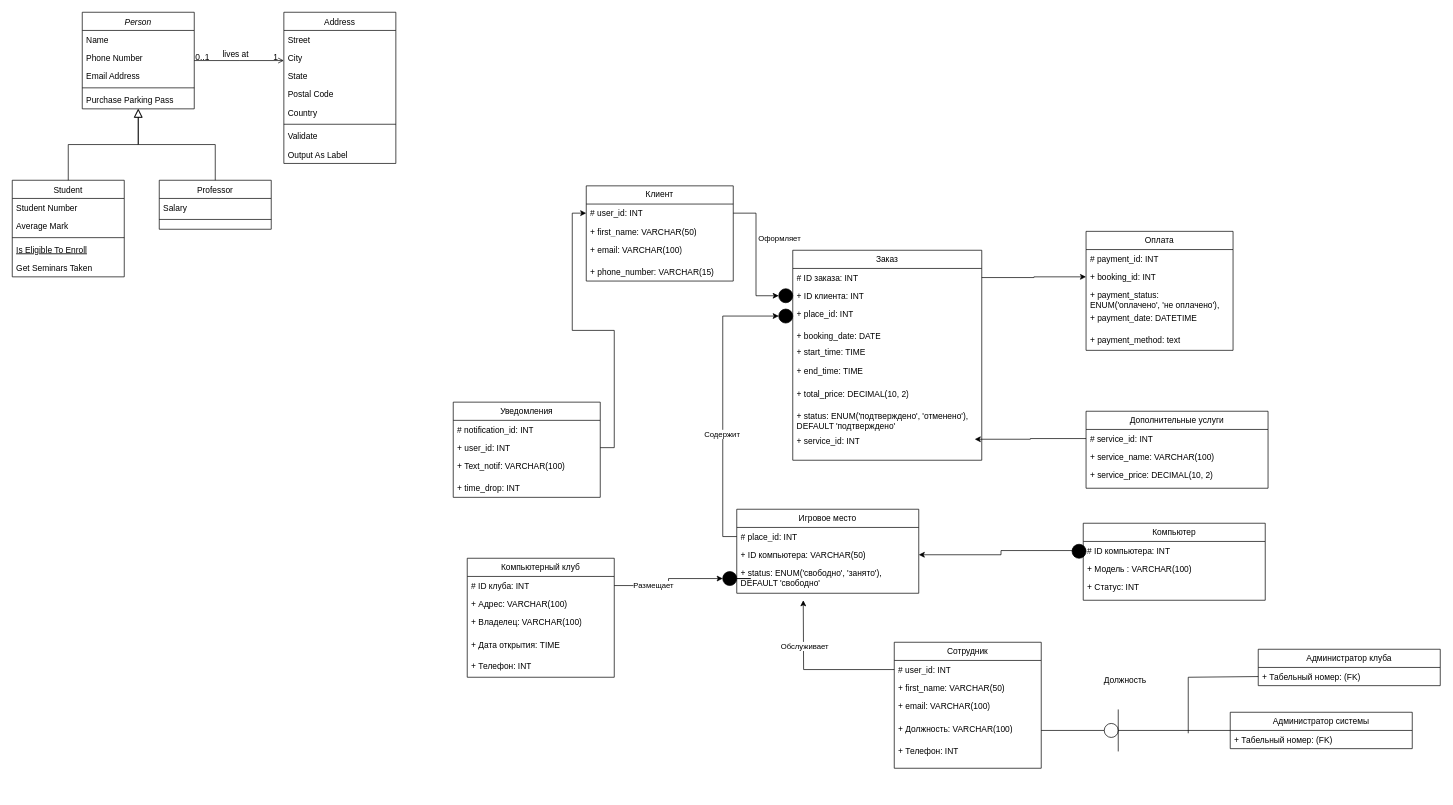
BiB-Si/IDEF1 keeps this draw.io diagram as Диаграмма без названия.drawio. Above is the earlier version. Source tidied: cells renumbered, new cells numbered last; positions are measured from the earlier drawing's top-left corner, leaving out a move shared by most shapes. Both pictures are drawn from the tidied source at 70%, with x=0, y=0 at pixel (12, 12).
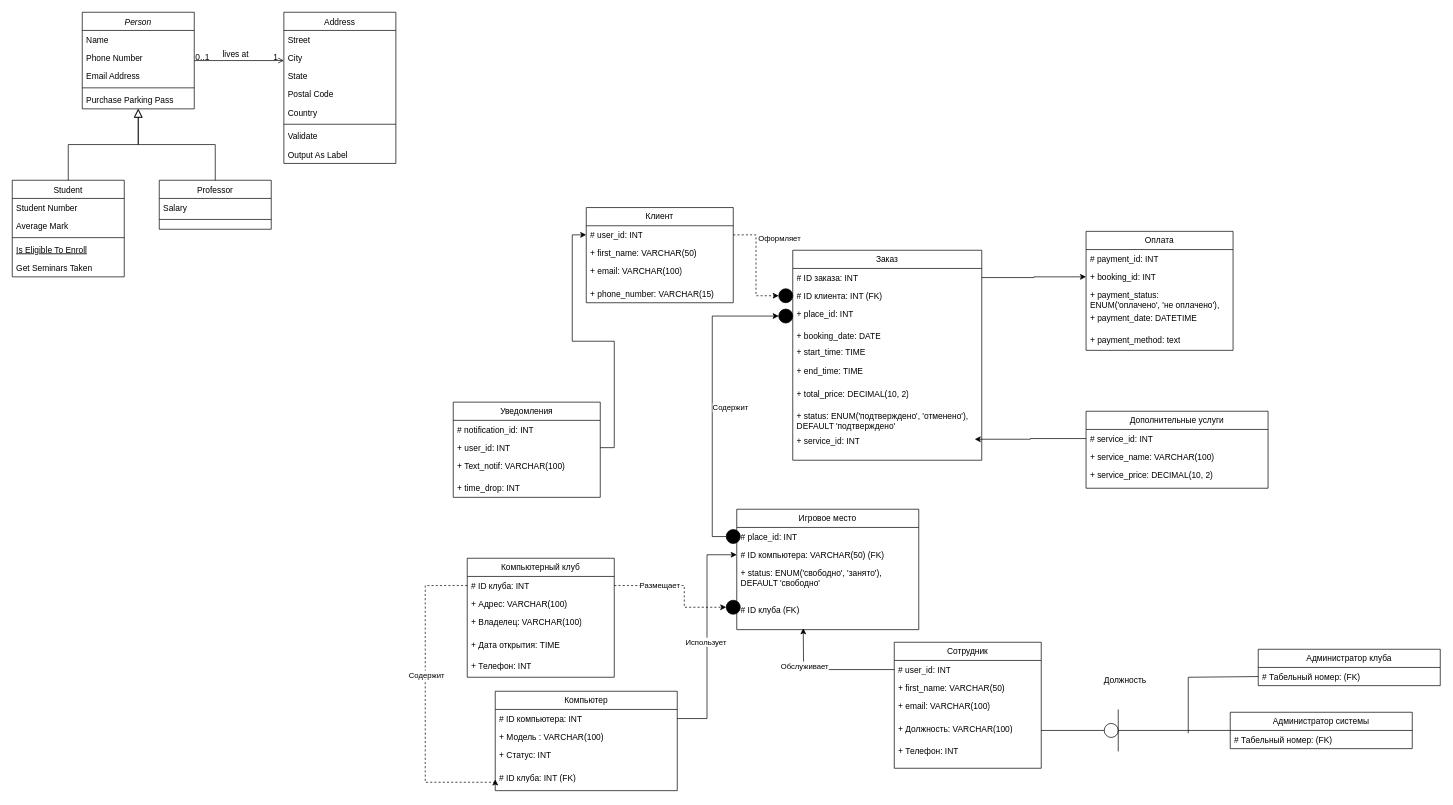
After the change.

Unchanged cells that the change refers to:
```xml
<mxCell id="33" value="# user_id: INT" style="text;strokeColor=none;fillColor=none;align=left;verticalAlign=top;spacingLeft=4;spacingRight=4;overflow=hidden;points=[[0,0.5],[1,0.5]];portConstraint=eastwest;whiteSpace=wrap;html=1;" parent="32" vertex="1">
  <mxGeometry y="26" width="210" height="26" as="geometry" />
</mxCell>
<mxCell id="38" value="# place_id: INT" style="text;strokeColor=none;fillColor=none;align=left;verticalAlign=top;spacingLeft=4;spacingRight=4;overflow=hidden;points=[[0,0.5],[1,0.5]];portConstraint=eastwest;whiteSpace=wrap;html=1;" parent="37" vertex="1">
  <mxGeometry y="26" width="260" height="26" as="geometry" />
</mxCell>
<mxCell id="41" value="Заказ" style="swimlane;fontStyle=0;horizontal=1;startSize=26;fillColor=none;whiteSpace=wrap;html=1;" parent="1" vertex="1">
  <mxGeometry x="1115" y="340" width="270" height="300" as="geometry" />
</mxCell>
<mxCell id="78" value="# &lt;span style=&quot;white-space-collapse: preserve;&quot;&gt;ID клуба&lt;/span&gt;: INT" style="text;strokeColor=none;fillColor=none;align=left;verticalAlign=top;spacingLeft=4;spacingRight=4;overflow=hidden;points=[[0,0.5],[1,0.5]];portConstraint=eastwest;whiteSpace=wrap;html=1;" parent="77" vertex="1">
  <mxGeometry y="26" width="210" height="26" as="geometry" />
</mxCell>
<mxCell id="84" value="Сотрудник" style="swimlane;fontStyle=0;horizontal=1;startSize=26;fillColor=none;whiteSpace=wrap;html=1;" parent="1" vertex="1">
  <mxGeometry x="1260" y="900" width="210" height="180" as="geometry" />
</mxCell>
<mxCell id="87" value="# user_id: INT" style="text;strokeColor=none;fillColor=none;align=left;verticalAlign=top;spacingLeft=4;spacingRight=4;overflow=hidden;points=[[0,0.5],[1,0.5]];portConstraint=eastwest;whiteSpace=wrap;html=1;" parent="84" vertex="1">
  <mxGeometry y="26" width="210" height="26" as="geometry" />
</mxCell>
<mxCell id="92" value="Администратор клуба" style="swimlane;fontStyle=0;horizontal=1;startSize=26;fillColor=none;whiteSpace=wrap;html=1;" parent="1" vertex="1">
  <mxGeometry x="1780" y="910" width="260" height="52" as="geometry" />
</mxCell>
<mxCell id="94" value="Администратор системы" style="swimlane;fontStyle=0;horizontal=1;startSize=26;fillColor=none;whiteSpace=wrap;html=1;" parent="1" vertex="1">
  <mxGeometry x="1740" y="1000" width="260" height="52" as="geometry" />
</mxCell>
<mxCell id="105" style="ellipse;whiteSpace=wrap;html=1;fillColor=#000000;" parent="1" vertex="1">
  <mxGeometry x="1095" y="424" width="20" height="20" as="geometry" />
</mxCell>
<mxCell id="111" style="ellipse;whiteSpace=wrap;html=1;fillColor=#000000;" parent="1" vertex="1">
  <mxGeometry x="1095" y="395" width="20" height="20" as="geometry" />
</mxCell>
```

The edit, as a diff of the source:
```diff
@@
     <mxCell id="32" value="Клиент" style="swimlane;fontStyle=0;horizontal=1;startSize=26;fillColor=none;whiteSpace=wrap;html=1;" parent="1" vertex="1">
-      <mxGeometry x="820" y="248" width="210" height="136" as="geometry" />
+      <mxGeometry x="820" y="279" width="210" height="136" as="geometry" />
     </mxCell>
@@
     <mxCell id="37" value="Игровое место" style="swimlane;fontStyle=0;horizontal=1;startSize=26;fillColor=none;whiteSpace=wrap;html=1;" parent="1" vertex="1">
-      <mxGeometry x="1035" y="710" width="260" height="120" as="geometry" />
+      <mxGeometry x="1035" y="710" width="260" height="172" as="geometry" />
     </mxCell>
@@
-    <mxCell id="39" value="+ ID компьютера: VARCHAR(50)" style="text;strokeColor=none;fillColor=none;align=left;verticalAlign=top;spacingLeft=4;spacingRight=4;overflow=hidden;points=[[0,0.5],[1,0.5]];portConstraint=eastwest;whiteSpace=wrap;html=1;" parent="37" vertex="1">
+    <mxCell id="39" value="# ID компьютера: VARCHAR(50) (FK)" style="text;strokeColor=none;fillColor=none;align=left;verticalAlign=top;spacingLeft=4;spacingRight=4;overflow=hidden;points=[[0,0.5],[1,0.5]];portConstraint=eastwest;whiteSpace=wrap;html=1;" parent="37" vertex="1">
       <mxGeometry y="52" width="260" height="26" as="geometry" />
     </mxCell>
     <mxCell id="40" value="+ status: ENUM('свободно', 'занято'), DEFAULT 'свободно'" style="text;strokeColor=none;fillColor=none;align=left;verticalAlign=top;spacingLeft=4;spacingRight=4;overflow=hidden;points=[[0,0.5],[1,0.5]];portConstraint=eastwest;whiteSpace=wrap;html=1;" parent="37" vertex="1">
-      <mxGeometry y="78" width="260" height="42" as="geometry" />
+      <mxGeometry y="78" width="260" height="52" as="geometry" />
     </mxCell>
+    <mxCell id="112" value="# ID клуба (FK&lt;span style=&quot;background-color: transparent; color: light-dark(rgb(0, 0, 0), rgb(255, 255, 255));&quot;&gt;)&lt;/span&gt;" style="text;strokeColor=none;fillColor=none;align=left;verticalAlign=top;spacingLeft=4;spacingRight=4;overflow=hidden;whiteSpace=wrap;html=1;" parent="37" vertex="1">
+      <mxGeometry y="130" width="260" height="42" as="geometry" />
+    </mxCell>
@@
-    <mxCell id="43" value="+ ID клиента: INT" style="text;strokeColor=none;fillColor=none;align=left;verticalAlign=top;spacingLeft=4;spacingRight=4;overflow=hidden;points=[[0,0.5],[1,0.5]];portConstraint=eastwest;whiteSpace=wrap;html=1;" parent="41" vertex="1">
+    <mxCell id="43" value="# ID клиента: INT (FK)" style="text;strokeColor=none;fillColor=none;align=left;verticalAlign=top;spacingLeft=4;spacingRight=4;overflow=hidden;points=[[0,0.5],[1,0.5]];portConstraint=eastwest;whiteSpace=wrap;html=1;" parent="41" vertex="1">
       <mxGeometry y="52" width="270" height="26" as="geometry" />
     </mxCell>
@@
-    <mxCell id="72" value="Компьютер" style="swimlane;fontStyle=0;horizontal=1;startSize=26;fillColor=none;whiteSpace=wrap;html=1;" parent="1" vertex="1">
-      <mxGeometry x="1530" y="730" width="260" height="110" as="geometry" />
-    </mxCell>
-    <mxCell id="73" value="# ID компьютера: INT" style="text;strokeColor=none;fillColor=none;align=left;verticalAlign=top;spacingLeft=4;spacingRight=4;overflow=hidden;points=[[0,0.5],[1,0.5]];portConstraint=eastwest;whiteSpace=wrap;html=1;" parent="72" vertex="1">
-      <mxGeometry y="26" width="260" height="26" as="geometry" />
-    </mxCell>
-    <mxCell id="74" value="+ Модель : VARCHAR(100)" style="text;strokeColor=none;fillColor=none;align=left;verticalAlign=top;spacingLeft=4;spacingRight=4;overflow=hidden;whiteSpace=wrap;html=1;" parent="72" vertex="1">
-      <mxGeometry y="52" width="260" height="26" as="geometry" />
-    </mxCell>
-    <mxCell id="75" value="+ Статус: INT" style="text;strokeColor=none;fillColor=none;align=left;verticalAlign=top;spacingLeft=4;spacingRight=4;overflow=hidden;whiteSpace=wrap;html=1;" parent="72" vertex="1">
-      <mxGeometry y="78" width="260" height="32" as="geometry" />
-    </mxCell>
-    <mxCell id="76" style="edgeStyle=orthogonalEdgeStyle;rounded=0;jettySize=auto;html=1;exitX=0;exitY=0.5;exitDx=0;exitDy=0;entryX=1;entryY=0.5;entryDx=0;entryDy=0;" parent="1" edge="1" source="73" target="39">
-      <mxGeometry relative="1" as="geometry" />
-    </mxCell>
@@
-    <mxCell id="83" style="edgeStyle=orthogonalEdgeStyle;rounded=0;jettySize=auto;html=1;exitX=1;exitY=0.5;exitDx=0;exitDy=0;" parent="1" edge="1" source="109" target="40">
-      <mxGeometry relative="1" as="geometry" />
-    </mxCell>
@@
     <mxCell id="85" style="edgeStyle=orthogonalEdgeStyle;rounded=0;jettySize=auto;html=1;" parent="84" edge="1" source="87">
       <mxGeometry relative="1" as="geometry">
-        <mxPoint x="-130" y="-60" as="targetPoint" />
+        <mxPoint x="-130" y="-20" as="targetPoint" />
       </mxGeometry>
     </mxCell>
@@
-    <mxCell id="93" value="+ Табельный номер: (FK)" style="text;strokeColor=none;fillColor=none;align=left;verticalAlign=top;spacingLeft=4;spacingRight=4;overflow=hidden;points=[[0,0.5],[1,0.5]];portConstraint=eastwest;whiteSpace=wrap;html=1;" parent="92" vertex="1">
+    <mxCell id="93" value="# Табельный номер: (FK)" style="text;strokeColor=none;fillColor=none;align=left;verticalAlign=top;spacingLeft=4;spacingRight=4;overflow=hidden;points=[[0,0.5],[1,0.5]];portConstraint=eastwest;whiteSpace=wrap;html=1;" parent="92" vertex="1">
       <mxGeometry y="26" width="260" height="26" as="geometry" />
     </mxCell>
@@
-    <mxCell id="95" value="+ Табельный номер: (FK)" style="text;strokeColor=none;fillColor=none;align=left;verticalAlign=top;spacingLeft=4;spacingRight=4;overflow=hidden;whiteSpace=wrap;html=1;" parent="94" vertex="1">
+    <mxCell id="95" value="# Табельный номер: (FK)" style="text;strokeColor=none;fillColor=none;align=left;verticalAlign=top;spacingLeft=4;spacingRight=4;overflow=hidden;whiteSpace=wrap;html=1;" parent="94" vertex="1">
       <mxGeometry y="26" width="260" height="26" as="geometry" />
     </mxCell>
@@
-    <mxCell id="103" style="edgeStyle=orthogonalEdgeStyle;rounded=0;jettySize=auto;html=1;exitX=0;exitY=0.5;exitDx=0;exitDy=0;entryX=0;entryY=0.5;entryDx=0;entryDy=0;" parent="1" edge="1" source="38" target="105">
+    <mxCell id="103" style="edgeStyle=orthogonalEdgeStyle;rounded=0;jettySize=auto;html=1;exitX=0;exitY=0.5;exitDx=0;exitDy=0;entryX=0;entryY=0.5;entryDx=0;entryDy=0;" parent="1" edge="1" source="115" target="105">
       <mxGeometry relative="1" as="geometry" />
     </mxCell>
-    <mxCell id="104" value="Содержит" style="edgeLabel;html=1;align=center;verticalAlign=middle;" parent="103" vertex="1">
-      <mxGeometry x="-0.19" y="2" relative="1" as="geometry">
-        <mxPoint y="1" as="offset" />
-      </mxGeometry>
-    </mxCell>
@@
-    <mxCell id="106" style="ellipse;whiteSpace=wrap;html=1;fillColor=#000000;" parent="1" vertex="1">
-      <mxGeometry x="1514" y="760" width="20" height="20" as="geometry" />
-    </mxCell>
-    <mxCell id="107" style="edgeStyle=orthogonalEdgeStyle;rounded=0;jettySize=auto;html=1;exitX=1;exitY=0.5;exitDx=0;exitDy=0;" parent="1" edge="1" source="78" target="109">
-      <mxGeometry relative="1" as="geometry" />
+    <mxCell id="107" style="edgeStyle=orthogonalEdgeStyle;rounded=0;jettySize=auto;html=1;exitX=1;exitY=0.5;exitDx=0;exitDy=0;dashed=1;" parent="1" edge="1" source="78" target="109">
+      <mxGeometry relative="1" as="geometry">
+        <Array as="points">
+          <mxPoint x="960" y="819" />
+          <mxPoint x="960" y="850" />
+        </Array>
+      </mxGeometry>
     </mxCell>
@@
     <mxCell id="109" style="ellipse;whiteSpace=wrap;html=1;fillColor=#000000;" parent="1" vertex="1">
-      <mxGeometry x="1015" y="799" width="20" height="20" as="geometry" />
+      <mxGeometry x="1020" y="840" width="20" height="20" as="geometry" />
     </mxCell>
-    <mxCell id="110" style="edgeStyle=orthogonalEdgeStyle;rounded=0;jettySize=auto;html=1;exitX=1;exitY=0.5;exitDx=0;exitDy=0;entryX=0;entryY=0.5;entryDx=0;entryDy=0;" parent="1" edge="1" source="33" target="111">
+    <mxCell id="110" style="edgeStyle=orthogonalEdgeStyle;rounded=0;jettySize=auto;html=1;exitX=1;exitY=0.5;exitDx=0;exitDy=0;entryX=0;entryY=0.5;entryDx=0;entryDy=0;dashed=1;" parent="1" edge="1" source="33" target="111">
       <mxGeometry relative="1" as="geometry" />
     </mxCell>
@@
+    <mxCell id="113" style="edgeStyle=orthogonalEdgeStyle;rounded=0;jettySize=auto;html=1;exitX=0;exitY=0.5;exitDx=0;exitDy=0;entryX=0;entryY=0.5;entryDx=0;entryDy=0;" parent="1" edge="1" source="38" target="115">
+      <mxGeometry relative="1" as="geometry" />
+    </mxCell>
+    <mxCell id="114" value="Содержит" style="edgeLabel;html=1;align=center;verticalAlign=middle;" parent="113" vertex="1">
+      <mxGeometry x="-0.19" y="2" relative="1" as="geometry">
+        <mxPoint x="-4" y="-187" as="offset" />
+      </mxGeometry>
+    </mxCell>
+    <mxCell id="115" style="ellipse;whiteSpace=wrap;html=1;fillColor=#000000;" parent="1" vertex="1">
+      <mxGeometry x="1020" y="739" width="20" height="20" as="geometry" />
+    </mxCell>
+    <mxCell id="72" value="Компьютер" style="swimlane;fontStyle=0;horizontal=1;startSize=26;fillColor=none;whiteSpace=wrap;html=1;" parent="1" vertex="1">
+      <mxGeometry x="690" y="970" width="260" height="142" as="geometry" />
+    </mxCell>
+    <mxCell id="73" value="# ID компьютера: INT" style="text;strokeColor=none;fillColor=none;align=left;verticalAlign=top;spacingLeft=4;spacingRight=4;overflow=hidden;points=[[0,0.5],[1,0.5]];portConstraint=eastwest;whiteSpace=wrap;html=1;" parent="72" vertex="1">
+      <mxGeometry y="26" width="260" height="26" as="geometry" />
+    </mxCell>
+    <mxCell id="74" value="+ Модель : VARCHAR(100)" style="text;strokeColor=none;fillColor=none;align=left;verticalAlign=top;spacingLeft=4;spacingRight=4;overflow=hidden;whiteSpace=wrap;html=1;" parent="72" vertex="1">
+      <mxGeometry y="52" width="260" height="26" as="geometry" />
+    </mxCell>
+    <mxCell id="75" value="+ Статус: INT" style="text;strokeColor=none;fillColor=none;align=left;verticalAlign=top;spacingLeft=4;spacingRight=4;overflow=hidden;whiteSpace=wrap;html=1;" parent="72" vertex="1">
+      <mxGeometry y="78" width="260" height="32" as="geometry" />
+    </mxCell>
+    <mxCell id="116" value="# ID клуба: INT (FK)" style="text;strokeColor=none;fillColor=none;align=left;verticalAlign=top;spacingLeft=4;spacingRight=4;overflow=hidden;points=[[0,0.5],[1,0.5]];portConstraint=eastwest;whiteSpace=wrap;html=1;" parent="72" vertex="1">
+      <mxGeometry y="110" width="260" height="32" as="geometry" />
+    </mxCell>
+    <mxCell id="76" style="edgeStyle=orthogonalEdgeStyle;rounded=0;jettySize=auto;html=1;exitX=1;exitY=0.5;exitDx=0;exitDy=0;entryX=0;entryY=0.5;entryDx=0;entryDy=0;" parent="1" edge="1" source="73" target="39">
+      <mxGeometry relative="1" as="geometry" />
+    </mxCell>
+    <mxCell id="117" value="Использует" style="edgeLabel;html=1;align=center;verticalAlign=middle;" parent="76" vertex="1">
+      <mxGeometry x="0.25" y="2" relative="1" as="geometry">
+        <mxPoint y="47" as="offset" />
+      </mxGeometry>
+    </mxCell>
+    <mxCell id="118" style="edgeStyle=orthogonalEdgeStyle;rounded=0;jettySize=auto;html=1;entryX=0;entryY=0.5;entryDx=0;entryDy=0;dashed=1;" parent="1" edge="1" source="78" target="116">
+      <mxGeometry relative="1" as="geometry">
+        <Array as="points">
+          <mxPoint x="590" y="819" />
+          <mxPoint x="590" y="1100" />
+          <mxPoint x="690" y="1100" />
+        </Array>
+      </mxGeometry>
+    </mxCell>
+    <mxCell id="119" value="Содержит" style="edgeLabel;html=1;align=center;verticalAlign=middle;" parent="118" vertex="1">
+      <mxGeometry x="-0.16" y="1" relative="1" as="geometry" />
+    </mxCell>
```
